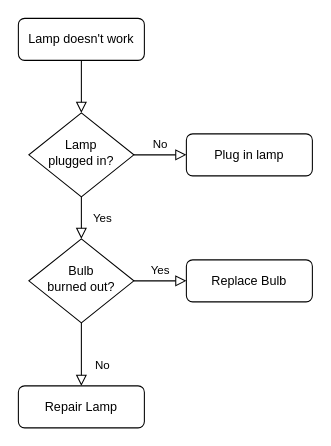
Above: Untitled Diagram.drawio in armadimon/Mini_talk (draw.io), before the change. Source tidied: cells renumbered, new cells numbered last; positions are measured from the earlier drawing's top-left corner, leaving out a move shared by most shapes. Both pictures are drawn from the tidied source at 105%, with x=0, y=0 at pixel (18, 18).
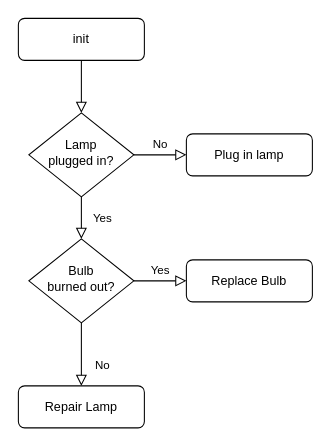
The same page after the edit.

The edit, as a diff of the source:
```diff
@@
 <mxGraphModel>
   <root>
     <mxCell id="0" />
     <mxCell id="1" parent="0" />
     <mxCell id="2" style="rounded=0;html=1;jettySize=auto;fontSize=11;endArrow=block;endFill=0;endSize=8;strokeWidth=1;shadow=0;labelBackgroundColor=none;edgeStyle=orthogonalEdgeStyle;" parent="1" edge="1" source="3" target="6">
       <mxGeometry relative="1" as="geometry" />
     </mxCell>
-    <mxCell id="3" value="Lamp doesn't work" style="rounded=1;whiteSpace=wrap;html=1;fontSize=12;glass=0;strokeWidth=1;shadow=0;" parent="1" vertex="1">
+    <mxCell id="3" value="init" style="rounded=1;whiteSpace=wrap;html=1;fontSize=12;glass=0;strokeWidth=1;shadow=0;" parent="1" vertex="1">
       <mxGeometry width="120" height="40" as="geometry" />
     </mxCell>
     <mxCell id="4" value="Yes" style="rounded=0;html=1;jettySize=auto;fontSize=11;endArrow=block;endFill=0;endSize=8;strokeWidth=1;shadow=0;labelBackgroundColor=none;edgeStyle=orthogonalEdgeStyle;" parent="1" edge="1" source="6" target="10">
       <mxGeometry y="20" relative="1" as="geometry" />
     </mxCell>
     <mxCell id="5" value="No" style="edgeStyle=orthogonalEdgeStyle;rounded=0;html=1;jettySize=auto;fontSize=11;endArrow=block;endFill=0;endSize=8;strokeWidth=1;shadow=0;labelBackgroundColor=none;" parent="1" edge="1" source="6" target="7">
       <mxGeometry y="10" relative="1" as="geometry" />
     </mxCell>
     <mxCell id="6" value="Lamp&lt;br&gt;plugged in?" style="rhombus;whiteSpace=wrap;html=1;shadow=0;fontFamily=Helvetica;fontSize=12;align=center;strokeWidth=1;spacing=6;spacingTop=-4;" parent="1" vertex="1">
       <mxGeometry x="10" y="90" width="100" height="80" as="geometry" />
     </mxCell>
     <mxCell id="7" value="Plug in lamp" style="rounded=1;whiteSpace=wrap;html=1;fontSize=12;glass=0;strokeWidth=1;shadow=0;" parent="1" vertex="1">
       <mxGeometry x="160" y="110" width="120" height="40" as="geometry" />
     </mxCell>
     <mxCell id="8" value="No" style="rounded=0;html=1;jettySize=auto;fontSize=11;endArrow=block;endFill=0;endSize=8;strokeWidth=1;shadow=0;labelBackgroundColor=none;edgeStyle=orthogonalEdgeStyle;" parent="1" edge="1" source="10" target="11">
       <mxGeometry x="0.33" y="20" relative="1" as="geometry" />
     </mxCell>
     <mxCell id="9" value="Yes" style="edgeStyle=orthogonalEdgeStyle;rounded=0;html=1;jettySize=auto;fontSize=11;endArrow=block;endFill=0;endSize=8;strokeWidth=1;shadow=0;labelBackgroundColor=none;" parent="1" edge="1" source="10" target="12">
       <mxGeometry y="10" relative="1" as="geometry" />
     </mxCell>
     <mxCell id="10" value="Bulb&lt;br&gt;burned out?" style="rhombus;whiteSpace=wrap;html=1;shadow=0;fontFamily=Helvetica;fontSize=12;align=center;strokeWidth=1;spacing=6;spacingTop=-4;" parent="1" vertex="1">
       <mxGeometry x="10" y="210" width="100" height="80" as="geometry" />
     </mxCell>
     <mxCell id="11" value="Repair Lamp" style="rounded=1;whiteSpace=wrap;html=1;fontSize=12;glass=0;strokeWidth=1;shadow=0;" parent="1" vertex="1">
       <mxGeometry y="350" width="120" height="40" as="geometry" />
     </mxCell>
     <mxCell id="12" value="Replace Bulb" style="rounded=1;whiteSpace=wrap;html=1;fontSize=12;glass=0;strokeWidth=1;shadow=0;" parent="1" vertex="1">
       <mxGeometry x="160" y="230" width="120" height="40" as="geometry" />
     </mxCell>
   </root>
 </mxGraphModel>
```
